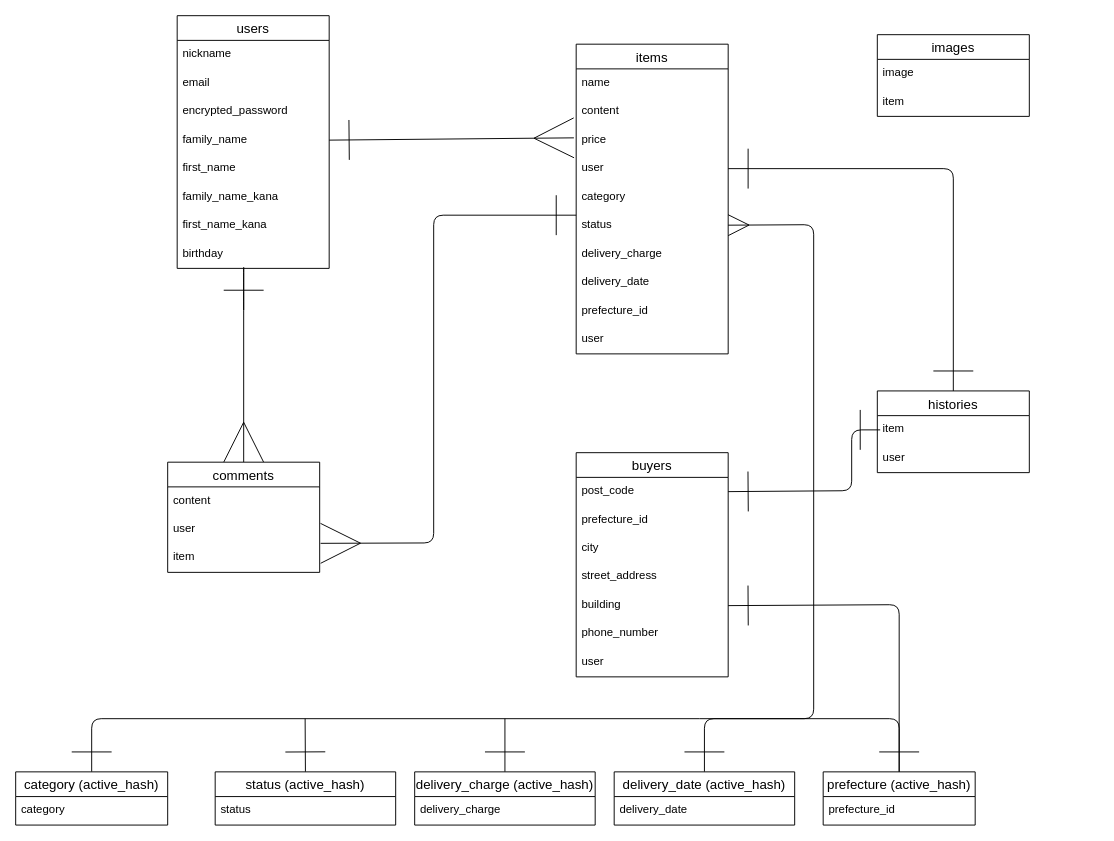
Earlier version of the draw.io diagram test.dio (yuya-taka/furima-laiblitz-b). Source tidied: cells renumbered, new cells numbered last; positions are measured from the earlier drawing's top-left corner, leaving out a move shared by most shapes. Both pictures are drawn from the tidied source at 95%, with x=0, y=0 at pixel (15, 15).
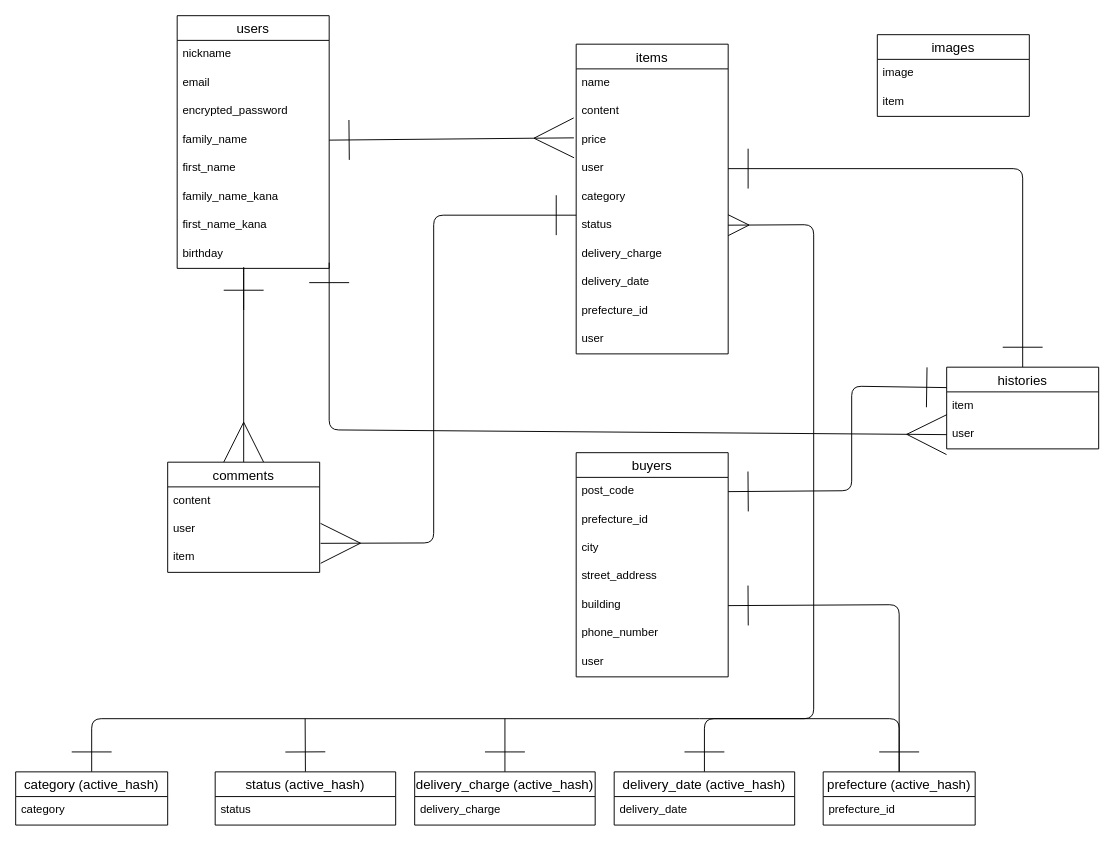
The same diagram, later.

The change refers to these unchanged cells:
```xml
<mxCell id="10" value="birthday" style="text;strokeColor=none;fillColor=none;spacingLeft=4;spacingRight=4;overflow=hidden;points=[[0,0.5],[1,0.5]];portConstraint=eastwest;fontSize=12;" parent="2" vertex="1">
  <mxGeometry y="236" width="160" height="30" as="geometry" />
</mxCell>
<mxCell id="23" value="post_code" style="text;strokeColor=none;fillColor=none;spacingLeft=4;spacingRight=4;overflow=hidden;points=[[0,0.5],[1,0.5]];portConstraint=eastwest;fontSize=12;" parent="22" vertex="1">
  <mxGeometry y="26" width="160" height="30" as="geometry" />
</mxCell>
<mxCell id="55" value="user" style="text;strokeColor=none;fillColor=none;spacingLeft=4;spacingRight=4;overflow=hidden;points=[[0,0.5],[1,0.5]];portConstraint=eastwest;fontSize=12;" parent="53" vertex="1">
  <mxGeometry y="56" width="160" height="30" as="geometry" />
</mxCell>
```

Diff of the diagram source:
```diff
@@
     <mxCell id="52" style="edgeStyle=none;html=1;exitX=0.5;exitY=0;exitDx=0;exitDy=0;strokeWidth=1;startArrow=ERone;startFill=0;endArrow=ERone;endFill=0;startSize=40;endSize=40;" parent="1" edge="1" source="53">
       <mxGeometry relative="1" as="geometry">
         <mxPoint x="750" y="161" as="targetPoint" />
         <Array as="points">
-          <mxPoint x="987" y="161" />
+          <mxPoint x="1060" y="161" />
         </Array>
       </mxGeometry>
     </mxCell>
     <mxCell id="53" value="histories" style="swimlane;fontStyle=0;horizontal=1;startSize=26;align=center;fontSize=14;" parent="1" vertex="1">
-      <mxGeometry x="907" y="395" width="160" height="86" as="geometry" />
+      <mxGeometry x="980" y="370" width="160" height="86" as="geometry" />
     </mxCell>
@@
-    <mxCell id="59" style="edgeStyle=none;html=1;entryX=1;entryY=0.5;entryDx=0;entryDy=0;strokeWidth=1;startArrow=ERone;startFill=0;endArrow=ERone;endFill=0;startSize=40;endSize=40;" parent="1" edge="1" target="23">
+    <mxCell id="59" style="edgeStyle=none;html=1;entryX=1;entryY=0.5;entryDx=0;entryDy=0;strokeWidth=1;startArrow=ERone;startFill=0;endArrow=ERone;endFill=0;startSize=40;endSize=40;exitX=0;exitY=0.25;exitDx=0;exitDy=0;" parent="1" edge="1" source="53" target="23">
       <mxGeometry relative="1" as="geometry">
-        <mxPoint x="910" y="436" as="sourcePoint" />
         <Array as="points">
-          <mxPoint x="880" y="436" />
+          <mxPoint x="880" y="390" />
           <mxPoint x="880" y="500" />
         </Array>
       </mxGeometry>
     </mxCell>
@@
+    <mxCell id="61" style="edgeStyle=none;html=1;strokeWidth=1;startArrow=ERone;startFill=0;endArrow=ERmany;endFill=0;startSize=40;endSize=40;exitX=1;exitY=0.8;exitDx=0;exitDy=0;exitPerimeter=0;entryX=0;entryY=0.5;entryDx=0;entryDy=0;" parent="1" edge="1" source="10" target="55">
+      <mxGeometry relative="1" as="geometry">
+        <Array as="points">
+          <mxPoint x="330" y="436" />
+        </Array>
+      </mxGeometry>
+    </mxCell>
```
